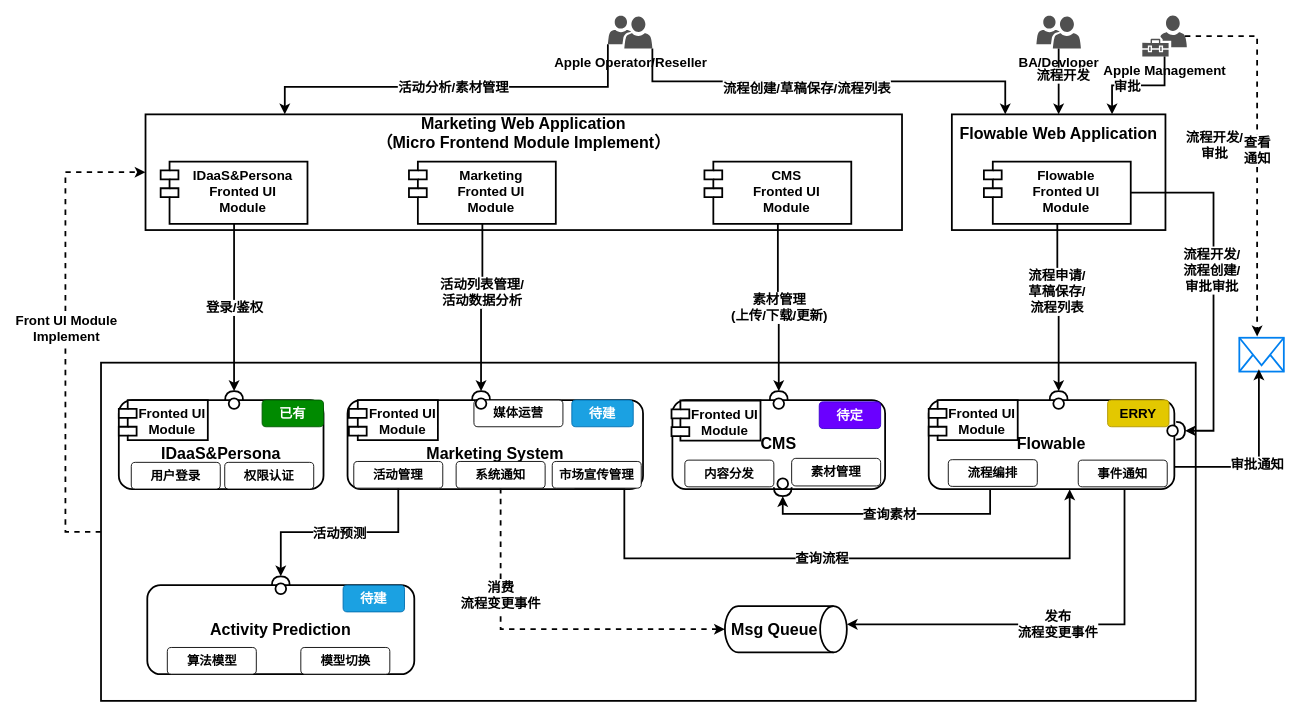
jackie-thank/beego-authz keeps this draw.io diagram as page "mkt architecture-2" (15 of 18) of Enterprise-Architecture.drawio. Above is the earlier version. Source tidied: cells renumbered, new cells numbered last; positions are measured from the earlier drawing's top-left corner, leaving out a move shared by most shapes. Both pictures are drawn from the tidied source at 89%, with x=0, y=0 at pixel (65, 15).
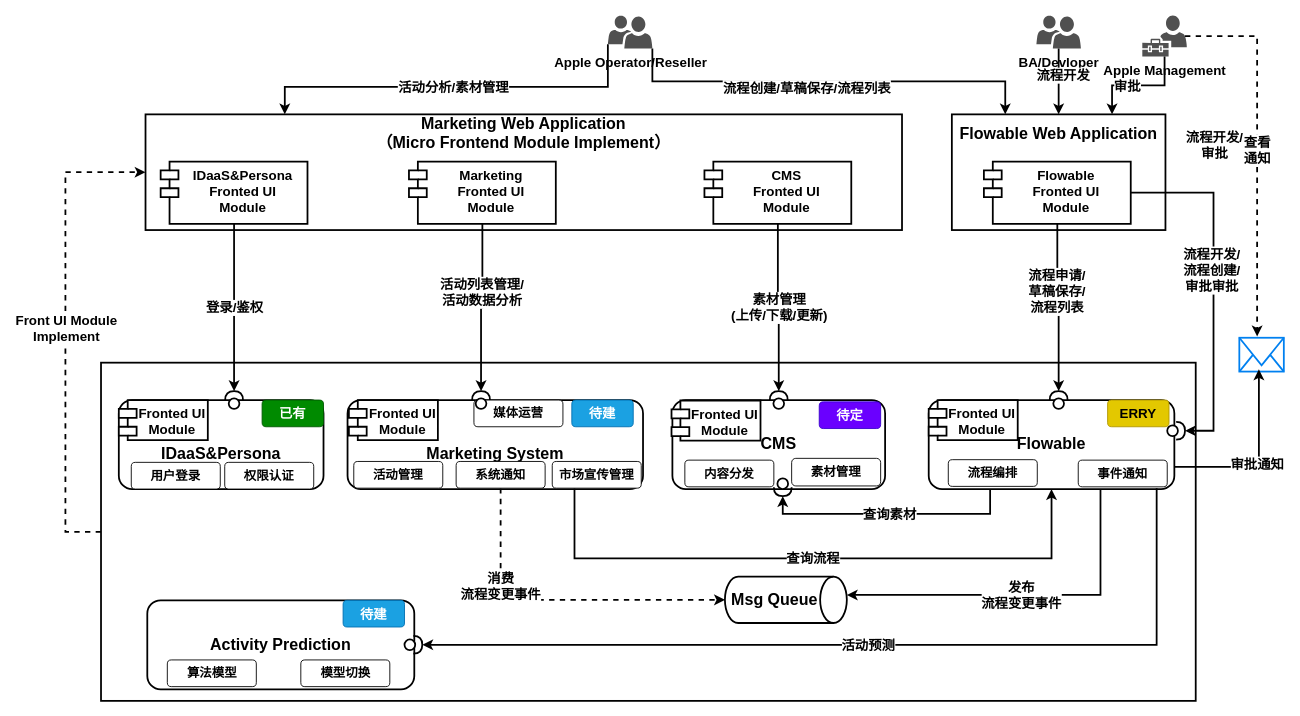
Above is the later version.

Unchanged cells that the change refers to:
```xml
<mxCell id="24" value="Flowable" style="rounded=1;whiteSpace=wrap;html=1;strokeWidth=2;fontSize=18;fontStyle=1;" parent="1" vertex="1">
  <mxGeometry x="970" y="432" width="276" height="100" as="geometry" />
</mxCell>
<mxCell id="44" value="活动管理" style="rounded=1;whiteSpace=wrap;html=1;fontStyle=1;fontSize=14;" parent="1" vertex="1">
  <mxGeometry x="324" y="501" width="100" height="30" as="geometry" />
</mxCell>
<mxCell id="48" value="市场宣传管理" style="rounded=1;whiteSpace=wrap;html=1;fontStyle=1;fontSize=14;" parent="1" vertex="1">
  <mxGeometry x="547" y="501" width="100" height="30" as="geometry" />
</mxCell>
<mxCell id="51" value="事件通知" style="rounded=1;whiteSpace=wrap;html=1;fontStyle=1;fontSize=14;" parent="1" vertex="1">
  <mxGeometry x="1138" y="499.5" width="100" height="30" as="geometry" />
</mxCell>
```

The edit, as a diff of the source:
```diff
@@
-    <mxCell id="5" value="&lt;div&gt;发布&lt;/div&gt;&lt;div&gt;流程变更事件&lt;/div&gt;" style="edgeStyle=orthogonalEdgeStyle;rounded=0;jettySize=auto;html=1;exitX=0.25;exitY=1;exitDx=0;exitDy=0;strokeWidth=2;fontSize=15;fontStyle=1;entryX=0.394;entryY=0;entryDx=0;entryDy=0;entryPerimeter=0;" parent="1" edge="1" source="51" target="35">
-      <mxGeometry x="0.04" relative="1" as="geometry">
-        <Array as="points">
-          <mxPoint x="1190" y="530" />
-          <mxPoint x="1190" y="684" />
-        </Array>
-      </mxGeometry>
+    <mxCell id="5" value="&lt;div&gt;发布&lt;/div&gt;&lt;div&gt;流程变更事件&lt;/div&gt;" style="rounded=0;jettySize=auto;html=1;exitX=0.25;exitY=1;exitDx=0;exitDy=0;strokeWidth=2;fontSize=15;fontStyle=1;entryX=0.394;entryY=0;entryDx=0;entryDy=0;entryPerimeter=0;edgeStyle=orthogonalEdgeStyle;" parent="1" edge="1" source="51" target="35">
+      <mxGeometry x="0.04" relative="1" as="geometry" />
     </mxCell>
@@
     <mxCell id="26" value="&lt;div&gt;Activity Prediction&lt;/div&gt;" style="rounded=1;whiteSpace=wrap;html=1;strokeWidth=2;fontSize=18;fontStyle=1;" parent="1" vertex="1">
-      <mxGeometry x="92" y="640" width="300" height="100" as="geometry" />
+      <mxGeometry x="92" y="657" width="300" height="100" as="geometry" />
     </mxCell>
-    <mxCell id="27" value="查询流程" style="edgeStyle=orthogonalEdgeStyle;rounded=0;jettySize=auto;html=1;exitX=0.25;exitY=1;exitDx=0;exitDy=0;entryX=0.574;entryY=1.003;entryDx=0;entryDy=0;strokeWidth=2;fontSize=15;fontStyle=1;entryPerimeter=0;" parent="1" edge="1" source="48" target="24">
+    <mxCell id="27" value="查询流程" style="edgeStyle=orthogonalEdgeStyle;rounded=0;jettySize=auto;html=1;exitX=0.25;exitY=1;exitDx=0;exitDy=0;entryX=0.5;entryY=1;entryDx=0;entryDy=0;strokeWidth=2;fontSize=15;fontStyle=1;" parent="1" edge="1" source="48" target="24">
       <mxGeometry relative="1" as="geometry">
         <Array as="points">
-          <mxPoint x="628" y="610" />
-          <mxPoint x="1128" y="610" />
+          <mxPoint x="572" y="610" />
+          <mxPoint x="1108" y="610" />
         </Array>
       </mxGeometry>
     </mxCell>
@@
-    <mxCell id="29" style="shape=providedRequiredInterface;html=1;verticalLabelPosition=bottom;sketch=0;strokeWidth=2;rotation=-180;direction=south;" parent="1" vertex="1">
-      <mxGeometry x="232" y="630" width="20" height="20" as="geometry" />
+    <mxCell id="29" style="shape=providedRequiredInterface;html=1;verticalLabelPosition=bottom;sketch=0;strokeWidth=2;rotation=-90;direction=south;" parent="1" vertex="1">
+      <mxGeometry x="381" y="697" width="20" height="20" as="geometry" />
     </mxCell>
-    <mxCell id="30" value="活动预测" style="edgeStyle=orthogonalEdgeStyle;rounded=0;jettySize=auto;html=1;exitX=0.5;exitY=1;exitDx=0;exitDy=0;entryX=1;entryY=0.5;entryDx=0;entryDy=0;entryPerimeter=0;fontSize=15;fontStyle=1;strokeWidth=2;" parent="1" edge="1" source="44" target="29">
+    <mxCell id="30" value="活动预测" style="edgeStyle=orthogonalEdgeStyle;rounded=0;jettySize=auto;html=1;entryX=1;entryY=0.5;entryDx=0;entryDy=0;entryPerimeter=0;fontSize=15;fontStyle=1;strokeWidth=2;exitX=0.928;exitY=0.992;exitDx=0;exitDy=0;exitPerimeter=0;" parent="1" edge="1" source="24" target="29">
       <mxGeometry relative="1" as="geometry" />
     </mxCell>
@@
     <mxCell id="35" style="shape=cylinder3;whiteSpace=wrap;html=1;boundedLbl=1;backgroundOutline=1;size=15;rotation=90;strokeWidth=2;fontSize=18;fontStyle=1;" parent="1" vertex="1">
-      <mxGeometry x="783.5" y="621" width="52" height="137" as="geometry" />
+      <mxGeometry x="783.5" y="588" width="52" height="137" as="geometry" />
     </mxCell>
     <mxCell id="36" value="Msg Queue" style="text;html=1;align=center;verticalAlign=middle;whiteSpace=wrap;rounded=0;strokeWidth=2;fontSize=18;fontStyle=1;" parent="1" vertex="1">
-      <mxGeometry x="747" y="674.5" width="100" height="30" as="geometry" />
+      <mxGeometry x="747" y="641.5" width="100" height="30" as="geometry" />
     </mxCell>
@@
     <mxCell id="54" value="算法模型" style="rounded=1;whiteSpace=wrap;html=1;fontStyle=1;fontSize=14;" parent="1" vertex="1">
-      <mxGeometry x="114.5" y="710" width="100" height="30" as="geometry" />
+      <mxGeometry x="114.5" y="724" width="100" height="30" as="geometry" />
     </mxCell>
     <mxCell id="55" value="模型切换" style="rounded=1;whiteSpace=wrap;html=1;fontStyle=1;fontSize=14;" parent="1" vertex="1">
-      <mxGeometry x="264.5" y="710" width="100" height="30" as="geometry" />
+      <mxGeometry x="264.5" y="724" width="100" height="30" as="geometry" />
     </mxCell>
@@
     <mxCell id="71" value="待建" style="rounded=1;whiteSpace=wrap;html=1;fillColor=#1ba1e2;strokeColor=#006EAF;fontSize=15;fontStyle=1;fontColor=#ffffff;" parent="1" vertex="1">
-      <mxGeometry x="312" y="640" width="69" height="30" as="geometry" />
+      <mxGeometry x="312" y="657" width="69" height="30" as="geometry" />
     </mxCell>
```
